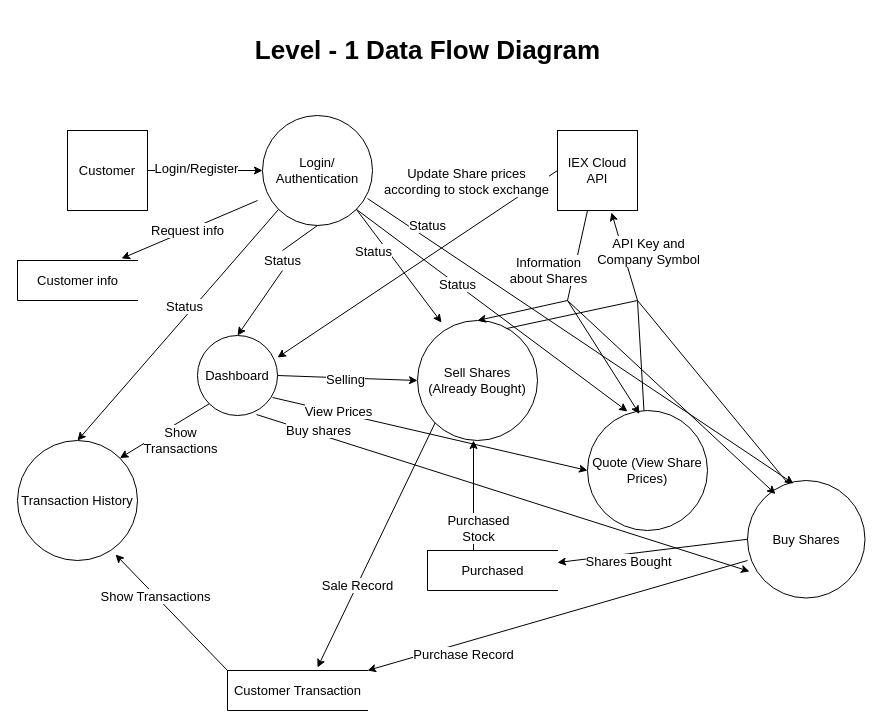
AmanAgrawal21900/Colab-Notebooks keeps this draw.io diagram as se42.drawio. Above is the earlier version. Source tidied: cells renumbered, new cells numbered last; positions are measured from the earlier drawing's top-left corner, leaving out a move shared by most shapes. Both pictures are drawn from the tidied source at 100%, with x=0, y=0 at pixel (17, 20).
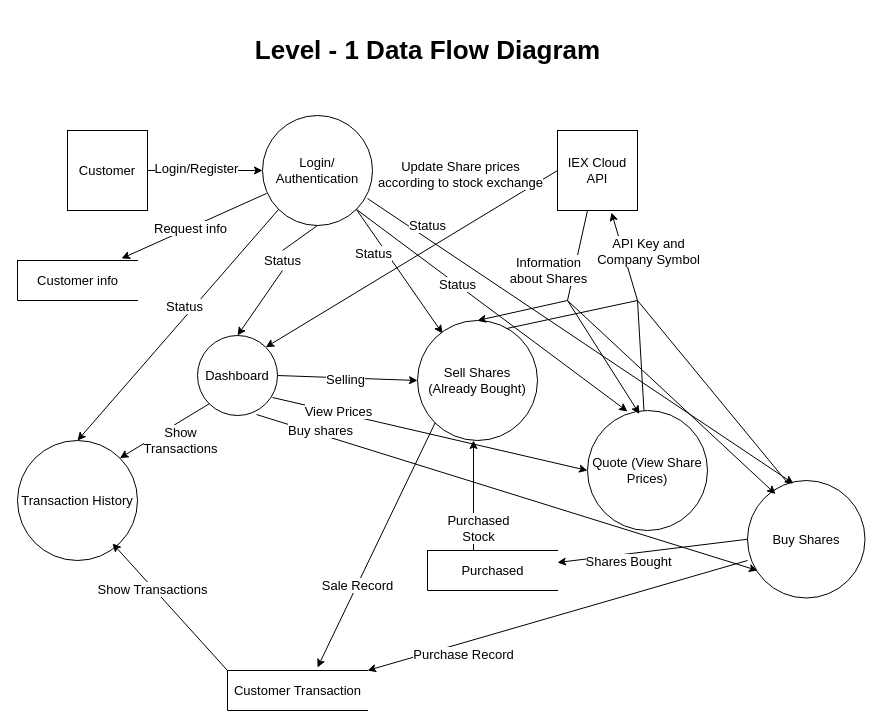
Above is the later version.

The change refers to these unchanged cells:
```xml
<mxCell id="4" value="IEX Cloud API" style="whiteSpace=wrap;html=1;fontSize=13;" parent="1" vertex="1">
  <mxGeometry x="540" y="110" width="80" height="80" as="geometry" />
</mxCell>
<mxCell id="5" value="Login/&lt;br&gt;Authentication" style="ellipse;whiteSpace=wrap;html=1;fontSize=13;" parent="1" vertex="1">
  <mxGeometry x="245" y="95" width="110" height="110" as="geometry" />
</mxCell>
<mxCell id="6" value="Sell Shares (Already Bought)" style="ellipse;whiteSpace=wrap;html=1;fontSize=13;" parent="1" vertex="1">
  <mxGeometry x="400" y="300" width="120" height="120" as="geometry" />
</mxCell>
<mxCell id="7" value="Buy Shares" style="ellipse;whiteSpace=wrap;html=1;fontSize=13;" parent="1" vertex="1">
  <mxGeometry x="730" y="460" width="117.5" height="117.5" as="geometry" />
</mxCell>
<mxCell id="8" value="Dashboard" style="ellipse;whiteSpace=wrap;html=1;fontSize=13;" parent="1" vertex="1">
  <mxGeometry x="180" y="315" width="80" height="80" as="geometry" />
</mxCell>
<mxCell id="10" value="Customer info" style="html=1;dashed=0;whitespace=wrap;shape=partialRectangle;right=0;fontSize=13;" parent="1" vertex="1">
  <mxGeometry y="240" width="120" height="40" as="geometry" />
</mxCell>
<mxCell id="11" value="Customer Transaction" style="html=1;dashed=0;whitespace=wrap;shape=partialRectangle;right=0;fontSize=13;" parent="1" vertex="1">
  <mxGeometry x="210" y="650" width="140" height="40" as="geometry" />
</mxCell>
<mxCell id="36" value="Transaction History" style="ellipse;whiteSpace=wrap;html=1;fontSize=13;" parent="1" vertex="1">
  <mxGeometry y="420" width="120" height="120" as="geometry" />
</mxCell>
```

Change to the diagram source:
```diff
@@
-    <mxCell id="28" style="endArrow=classic;html=1;rounded=0;fontSize=13;exitX=0;exitY=0.5;exitDx=0;exitDy=0;entryX=1;entryY=0.275;entryDx=0;entryDy=0;entryPerimeter=0;" parent="1" edge="1" source="4" target="8">
+    <mxCell id="28" style="endArrow=classic;html=1;rounded=0;fontSize=13;exitX=0;exitY=0.5;exitDx=0;exitDy=0;entryX=1;entryY=0;entryDx=0;entryDy=0;" parent="1" edge="1" source="4" target="8">
       <mxGeometry relative="1" as="geometry" />
     </mxCell>
@@
-    <mxCell id="34" style="endArrow=classic;html=1;rounded=0;fontSize=13;exitX=0.738;exitY=0.988;exitDx=0;exitDy=0;exitPerimeter=0;entryX=0.017;entryY=0.774;entryDx=0;entryDy=0;entryPerimeter=0;" parent="1" edge="1" source="8" target="7">
-      <mxGeometry relative="1" as="geometry" />
+    <mxCell id="34" style="endArrow=classic;html=1;rounded=0;fontSize=13;exitX=0.738;exitY=0.988;exitDx=0;exitDy=0;exitPerimeter=0;" parent="1" edge="1" source="8">
+      <mxGeometry relative="1" as="geometry">
+        <mxPoint x="740" y="550" as="targetPoint" />
+      </mxGeometry>
     </mxCell>
@@
-    <mxCell id="41" style="endArrow=classic;html=1;rounded=0;fontSize=13;exitX=1;exitY=1;exitDx=0;exitDy=0;entryX=0.2;entryY=0.017;entryDx=0;entryDy=0;entryPerimeter=0;" parent="1" edge="1" source="5" target="6">
+    <mxCell id="41" style="endArrow=classic;html=1;rounded=0;fontSize=13;exitX=1;exitY=1;exitDx=0;exitDy=0;entryX=0.208;entryY=0.108;entryDx=0;entryDy=0;entryPerimeter=0;" parent="1" edge="1" source="5" target="6">
       <mxGeometry relative="1" as="geometry" />
     </mxCell>
@@
-    <mxCell id="47" style="endArrow=classic;html=1;rounded=0;fontSize=13;entryX=0.867;entryY=-0.05;entryDx=0;entryDy=0;entryPerimeter=0;exitX=-0.045;exitY=0.773;exitDx=0;exitDy=0;exitPerimeter=0;" parent="1" edge="1" source="5" target="10">
+    <mxCell id="47" style="endArrow=classic;html=1;rounded=0;fontSize=13;entryX=0.867;entryY=-0.05;entryDx=0;entryDy=0;entryPerimeter=0;exitX=0.036;exitY=0.709;exitDx=0;exitDy=0;exitPerimeter=0;" parent="1" edge="1" source="5" target="10">
       <mxGeometry relative="1" as="geometry" />
     </mxCell>
@@
-    <mxCell id="57" style="endArrow=classic;html=1;rounded=0;fontSize=13;exitX=0;exitY=0;exitDx=0;exitDy=0;entryX=0.817;entryY=0.95;entryDx=0;entryDy=0;entryPerimeter=0;" parent="1" edge="1" source="11" target="36">
+    <mxCell id="57" style="endArrow=classic;html=1;rounded=0;fontSize=13;exitX=0;exitY=0;exitDx=0;exitDy=0;entryX=0.792;entryY=0.858;entryDx=0;entryDy=0;entryPerimeter=0;" parent="1" edge="1" source="11" target="36">
       <mxGeometry relative="1" as="geometry" />
     </mxCell>
```
